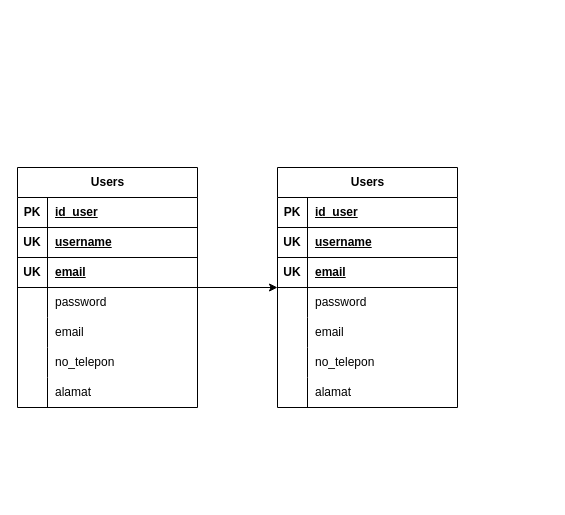
This is Diagram Tanpa Judul.drawio from Enricko/UML, a draw.io file, before an edit. Source tidied: cells renumbered, new cells numbered last; positions are measured from the earlier drawing's top-left corner, leaving out a move shared by most shapes. Both pictures are drawn from the tidied source at 100%, with x=0, y=0 at pixel (17, 167).
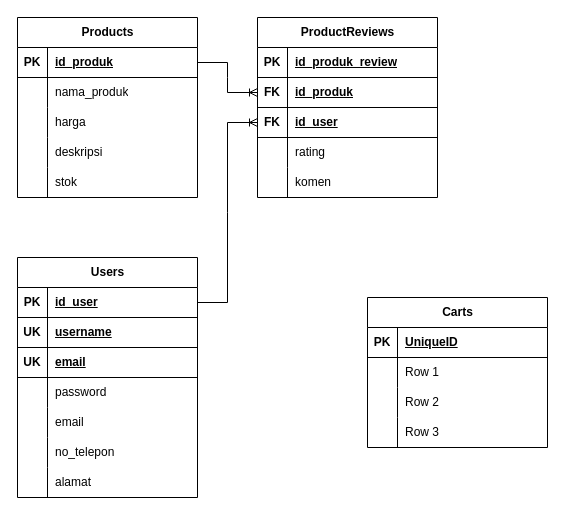
After the change.

The change refers to these unchanged cells:
```xml
<mxCell id="4" style="shape=tableRow;horizontal=0;startSize=0;swimlaneHead=0;swimlaneBody=0;fillColor=none;points=[[0,0.5],[1,0.5]];portConstraint=eastwest;top=0;left=0;right=0;bottom=1;" parent="3" vertex="1">
  <mxGeometry y="30" width="180" height="30" as="geometry" />
</mxCell>
<mxCell id="26" style="shape=tableRow;horizontal=0;startSize=0;swimlaneHead=0;swimlaneBody=0;fillColor=none;points=[[0,0.5],[1,0.5]];portConstraint=eastwest;top=0;left=0;right=0;bottom=1;" parent="25" vertex="1">
  <mxGeometry y="30" width="180" height="30" as="geometry" />
</mxCell>
```

The edit, as a diff of the source:
```diff
@@
-    <mxCell id="2" style="edgeStyle=orthogonalEdgeStyle;rounded=0;jettySize=auto;html=1;" parent="1" edge="1" source="3" target="25">
-      <mxGeometry relative="1" as="geometry" />
-    </mxCell>
     <mxCell id="3" value="Users" style="shape=table;startSize=30;childLayout=tableLayout;rowLines=0;fontStyle=1;align=center;html=1;" parent="1" vertex="1">
-      <mxGeometry width="180" height="240" as="geometry" />
+      <mxGeometry y="90" width="180" height="240" as="geometry" />
     </mxCell>
@@
-    <mxCell id="25" value="Users" style="shape=table;startSize=30;childLayout=tableLayout;rowLines=0;fontStyle=1;align=center;html=1;" parent="1" vertex="1">
-      <mxGeometry x="260" width="180" height="240" as="geometry" />
+    <mxCell id="25" value="Products" style="shape=table;startSize=30;childLayout=tableLayout;rowLines=0;fontStyle=1;align=center;html=1;" parent="1" vertex="1">
+      <mxGeometry y="-150" width="180" height="180" as="geometry" />
     </mxCell>
@@
-    <mxCell id="28" value="id_user" style="shape=partialRectangle;fillColor=none;top=0;left=0;bottom=0;right=0;align=left;spacingLeft=6;fontStyle=5;overflow=hidden;whiteSpace=wrap;html=1;" parent="26" vertex="1">
+    <mxCell id="28" value="id_produk" style="shape=partialRectangle;fillColor=none;top=0;left=0;bottom=0;right=0;align=left;spacingLeft=6;fontStyle=5;overflow=hidden;whiteSpace=wrap;html=1;" parent="26" vertex="1">
       <mxGeometry x="30" width="150" height="30" as="geometry" />
     </mxCell>
-    <mxCell id="29" style="shape=tableRow;horizontal=0;startSize=0;swimlaneHead=0;swimlaneBody=0;fillColor=none;points=[[0,0.5],[1,0.5]];portConstraint=eastwest;top=0;left=0;right=0;bottom=1;" parent="25" vertex="1">
-      <mxGeometry y="60" width="180" height="30" as="geometry" />
-    </mxCell>
-    <mxCell id="30" value="UK" style="shape=partialRectangle;fillColor=none;top=0;left=0;bottom=0;right=0;fontStyle=1;overflow=hidden;whiteSpace=wrap;html=1;" parent="29" vertex="1">
-      <mxGeometry width="30" height="30" as="geometry" />
-    </mxCell>
-    <mxCell id="31" value="username" style="shape=partialRectangle;fillColor=none;top=0;left=0;bottom=0;right=0;align=left;spacingLeft=6;fontStyle=5;overflow=hidden;whiteSpace=wrap;html=1;" parent="29" vertex="1">
-      <mxGeometry x="30" width="150" height="30" as="geometry" />
-    </mxCell>
-    <mxCell id="32" style="shape=tableRow;horizontal=0;startSize=0;swimlaneHead=0;swimlaneBody=0;fillColor=none;points=[[0,0.5],[1,0.5]];portConstraint=eastwest;top=0;left=0;right=0;bottom=1;" parent="25" vertex="1">
-      <mxGeometry y="90" width="180" height="30" as="geometry" />
-    </mxCell>
-    <mxCell id="33" value="UK" style="shape=partialRectangle;fillColor=none;top=0;left=0;bottom=0;right=0;fontStyle=1;overflow=hidden;whiteSpace=wrap;html=1;" parent="32" vertex="1">
-      <mxGeometry width="30" height="30" as="geometry" />
-    </mxCell>
-    <mxCell id="34" value="email" style="shape=partialRectangle;fillColor=none;top=0;left=0;bottom=0;right=0;align=left;spacingLeft=6;fontStyle=5;overflow=hidden;whiteSpace=wrap;html=1;" parent="32" vertex="1">
-      <mxGeometry x="30" width="150" height="30" as="geometry" />
-    </mxCell>
     <mxCell id="35" style="shape=tableRow;horizontal=0;startSize=0;swimlaneHead=0;swimlaneBody=0;fillColor=none;top=0;left=0;right=0;bottom=0;" parent="25" vertex="1">
-      <mxGeometry y="120" width="180" height="30" as="geometry" />
+      <mxGeometry y="60" width="180" height="30" as="geometry" />
     </mxCell>
@@
-    <mxCell id="37" value="password" style="shape=partialRectangle;fillColor=none;top=0;left=0;bottom=0;right=0;align=left;spacingLeft=6;overflow=hidden;whiteSpace=wrap;html=1;" parent="35" vertex="1">
+    <mxCell id="37" value="nama_produk" style="shape=partialRectangle;fillColor=none;top=0;left=0;bottom=0;right=0;align=left;spacingLeft=6;overflow=hidden;whiteSpace=wrap;html=1;" parent="35" vertex="1">
       <mxGeometry x="30" width="150" height="30" as="geometry" />
     </mxCell>
     <mxCell id="38" style="shape=tableRow;horizontal=0;startSize=0;swimlaneHead=0;swimlaneBody=0;fillColor=none;top=0;left=0;right=0;bottom=0;" parent="25" vertex="1">
-      <mxGeometry y="150" width="180" height="30" as="geometry" />
+      <mxGeometry y="90" width="180" height="30" as="geometry" />
     </mxCell>
@@
-    <mxCell id="40" value="email" style="shape=partialRectangle;fillColor=none;top=0;left=0;bottom=0;right=0;align=left;spacingLeft=6;overflow=hidden;whiteSpace=wrap;html=1;" parent="38" vertex="1">
+    <mxCell id="40" value="harga" style="shape=partialRectangle;fillColor=none;top=0;left=0;bottom=0;right=0;align=left;spacingLeft=6;overflow=hidden;whiteSpace=wrap;html=1;" parent="38" vertex="1">
       <mxGeometry x="30" width="150" height="30" as="geometry" />
     </mxCell>
     <mxCell id="41" style="shape=tableRow;horizontal=0;startSize=0;swimlaneHead=0;swimlaneBody=0;fillColor=none;top=0;left=0;right=0;bottom=0;" parent="25" vertex="1">
-      <mxGeometry y="180" width="180" height="30" as="geometry" />
+      <mxGeometry y="120" width="180" height="30" as="geometry" />
     </mxCell>
@@
-    <mxCell id="43" value="no_telepon" style="shape=partialRectangle;fillColor=none;top=0;left=0;bottom=0;right=0;align=left;spacingLeft=6;overflow=hidden;whiteSpace=wrap;html=1;" parent="41" vertex="1">
+    <mxCell id="43" value="deskripsi" style="shape=partialRectangle;fillColor=none;top=0;left=0;bottom=0;right=0;align=left;spacingLeft=6;overflow=hidden;whiteSpace=wrap;html=1;" parent="41" vertex="1">
       <mxGeometry x="30" width="150" height="30" as="geometry" />
     </mxCell>
     <mxCell id="44" style="shape=tableRow;horizontal=0;startSize=0;swimlaneHead=0;swimlaneBody=0;fillColor=none;top=0;left=0;right=0;bottom=0;" parent="25" vertex="1">
-      <mxGeometry y="210" width="180" height="30" as="geometry" />
+      <mxGeometry y="150" width="180" height="30" as="geometry" />
     </mxCell>
@@
-    <mxCell id="46" value="alamat" style="shape=partialRectangle;fillColor=none;top=0;left=0;bottom=0;right=0;align=left;spacingLeft=6;overflow=hidden;whiteSpace=wrap;html=1;" parent="44" vertex="1">
+    <mxCell id="46" value="stok" style="shape=partialRectangle;fillColor=none;top=0;left=0;bottom=0;right=0;align=left;spacingLeft=6;overflow=hidden;whiteSpace=wrap;html=1;" parent="44" vertex="1">
       <mxGeometry x="30" width="150" height="30" as="geometry" />
     </mxCell>
+    <mxCell id="47" value="ProductReviews" style="shape=table;startSize=30;childLayout=tableLayout;rowLines=0;fontStyle=1;align=center;html=1;" parent="1" vertex="1">
+      <mxGeometry x="240" y="-150" width="180" height="180" as="geometry" />
+    </mxCell>
+    <mxCell id="48" style="shape=tableRow;horizontal=0;startSize=0;swimlaneHead=0;swimlaneBody=0;fillColor=none;top=0;left=0;right=0;bottom=1;" parent="47" vertex="1">
+      <mxGeometry y="30" width="180" height="30" as="geometry" />
+    </mxCell>
+    <mxCell id="49" value="PK" style="shape=partialRectangle;fillColor=none;top=0;left=0;bottom=0;right=0;fontStyle=1;overflow=hidden;whiteSpace=wrap;html=1;" parent="48" vertex="1">
+      <mxGeometry width="30" height="30" as="geometry" />
+    </mxCell>
+    <mxCell id="50" value="id_produk_review" style="shape=partialRectangle;fillColor=none;top=0;left=0;bottom=0;right=0;align=left;spacingLeft=6;fontStyle=5;overflow=hidden;whiteSpace=wrap;html=1;" parent="48" vertex="1">
+      <mxGeometry x="30" width="150" height="30" as="geometry" />
+    </mxCell>
+    <mxCell id="29" style="shape=tableRow;horizontal=0;startSize=0;swimlaneHead=0;swimlaneBody=0;fillColor=none;points=[[0,0.5],[1,0.5]];portConstraint=eastwest;top=0;left=0;right=0;bottom=1;" parent="47" vertex="1">
+      <mxGeometry y="60" width="180" height="30" as="geometry" />
+    </mxCell>
+    <mxCell id="51" value="FK" style="shape=partialRectangle;fillColor=none;top=0;left=0;bottom=0;right=0;fontStyle=1;overflow=hidden;whiteSpace=wrap;html=1;" parent="29" vertex="1">
+      <mxGeometry width="30" height="30" as="geometry" />
+    </mxCell>
+    <mxCell id="52" value="id_produk" style="shape=partialRectangle;fillColor=none;top=0;left=0;bottom=0;right=0;align=left;spacingLeft=6;fontStyle=5;overflow=hidden;whiteSpace=wrap;html=1;" parent="29" vertex="1">
+      <mxGeometry x="30" width="150" height="30" as="geometry" />
+    </mxCell>
+    <mxCell id="32" style="shape=tableRow;horizontal=0;startSize=0;swimlaneHead=0;swimlaneBody=0;fillColor=none;points=[[0,0.5],[1,0.5]];portConstraint=eastwest;top=0;left=0;right=0;bottom=1;" parent="47" vertex="1">
+      <mxGeometry y="90" width="180" height="30" as="geometry" />
+    </mxCell>
+    <mxCell id="53" value="FK" style="shape=partialRectangle;fillColor=none;top=0;left=0;bottom=0;right=0;fontStyle=1;overflow=hidden;whiteSpace=wrap;html=1;" parent="32" vertex="1">
+      <mxGeometry width="30" height="30" as="geometry" />
+    </mxCell>
+    <mxCell id="54" value="id_user" style="shape=partialRectangle;fillColor=none;top=0;left=0;bottom=0;right=0;align=left;spacingLeft=6;fontStyle=5;overflow=hidden;whiteSpace=wrap;html=1;" parent="32" vertex="1">
+      <mxGeometry x="30" width="150" height="30" as="geometry" />
+    </mxCell>
+    <mxCell id="55" style="shape=tableRow;horizontal=0;startSize=0;swimlaneHead=0;swimlaneBody=0;fillColor=none;top=0;left=0;right=0;bottom=0;" parent="47" vertex="1">
+      <mxGeometry y="120" width="180" height="30" as="geometry" />
+    </mxCell>
+    <mxCell id="56" style="shape=partialRectangle;fillColor=none;top=0;left=0;bottom=0;right=0;overflow=hidden;whiteSpace=wrap;html=1;" parent="55" vertex="1">
+      <mxGeometry width="30" height="30" as="geometry" />
+    </mxCell>
+    <mxCell id="57" value="rating" style="shape=partialRectangle;fillColor=none;top=0;left=0;bottom=0;right=0;align=left;spacingLeft=6;overflow=hidden;whiteSpace=wrap;html=1;" parent="55" vertex="1">
+      <mxGeometry x="30" width="150" height="30" as="geometry" />
+    </mxCell>
+    <mxCell id="58" style="shape=tableRow;horizontal=0;startSize=0;swimlaneHead=0;swimlaneBody=0;fillColor=none;top=0;left=0;right=0;bottom=0;" parent="47" vertex="1">
+      <mxGeometry y="150" width="180" height="30" as="geometry" />
+    </mxCell>
+    <mxCell id="59" style="shape=partialRectangle;fillColor=none;top=0;left=0;bottom=0;right=0;overflow=hidden;whiteSpace=wrap;html=1;" parent="58" vertex="1">
+      <mxGeometry width="30" height="30" as="geometry" />
+    </mxCell>
+    <mxCell id="60" value="komen" style="shape=partialRectangle;fillColor=none;top=0;left=0;bottom=0;right=0;align=left;spacingLeft=6;overflow=hidden;whiteSpace=wrap;html=1;" parent="58" vertex="1">
+      <mxGeometry x="30" width="150" height="30" as="geometry" />
+    </mxCell>
+    <mxCell id="61" style="edgeStyle=entityRelationEdgeStyle;fontSize=12;html=1;endArrow=ERoneToMany;rounded=0;exitX=1;exitY=0.5;exitDx=0;exitDy=0;entryX=0;entryY=0.5;entryDx=0;entryDy=0;" parent="1" edge="1" source="26" target="29">
+      <mxGeometry relative="1" as="geometry" />
+    </mxCell>
+    <mxCell id="62" style="edgeStyle=entityRelationEdgeStyle;fontSize=12;html=1;endArrow=ERoneToMany;rounded=0;exitX=1;exitY=0.5;exitDx=0;exitDy=0;entryX=0;entryY=0.5;entryDx=0;entryDy=0;" parent="1" edge="1" source="4" target="32">
+      <mxGeometry relative="1" as="geometry">
+        <Array as="points">
+          <mxPoint x="320" y="270" />
+        </Array>
+      </mxGeometry>
+    </mxCell>
+    <mxCell id="63" value="Carts" style="shape=table;startSize=30;childLayout=tableLayout;rowLines=0;fontStyle=1;align=center;html=1;" parent="1" vertex="1">
+      <mxGeometry x="350" y="130" width="180" height="150" as="geometry" />
+    </mxCell>
+    <mxCell id="64" style="shape=tableRow;horizontal=0;startSize=0;swimlaneHead=0;swimlaneBody=0;fillColor=none;top=0;left=0;right=0;bottom=1;" parent="63" vertex="1">
+      <mxGeometry y="30" width="180" height="30" as="geometry" />
+    </mxCell>
+    <mxCell id="65" value="PK" style="shape=partialRectangle;fillColor=none;top=0;left=0;bottom=0;right=0;fontStyle=1;overflow=hidden;whiteSpace=wrap;html=1;" parent="64" vertex="1">
+      <mxGeometry width="30" height="30" as="geometry" />
+    </mxCell>
+    <mxCell id="66" value="UniqueID" style="shape=partialRectangle;fillColor=none;top=0;left=0;bottom=0;right=0;align=left;spacingLeft=6;fontStyle=5;overflow=hidden;whiteSpace=wrap;html=1;" parent="64" vertex="1">
+      <mxGeometry x="30" width="150" height="30" as="geometry" />
+    </mxCell>
+    <mxCell id="67" style="shape=tableRow;horizontal=0;startSize=0;swimlaneHead=0;swimlaneBody=0;fillColor=none;top=0;left=0;right=0;bottom=0;" parent="63" vertex="1">
+      <mxGeometry y="60" width="180" height="30" as="geometry" />
+    </mxCell>
+    <mxCell id="68" style="shape=partialRectangle;fillColor=none;top=0;left=0;bottom=0;right=0;overflow=hidden;whiteSpace=wrap;html=1;" parent="67" vertex="1">
+      <mxGeometry width="30" height="30" as="geometry" />
+    </mxCell>
+    <mxCell id="69" value="Row 1" style="shape=partialRectangle;fillColor=none;top=0;left=0;bottom=0;right=0;align=left;spacingLeft=6;overflow=hidden;whiteSpace=wrap;html=1;" parent="67" vertex="1">
+      <mxGeometry x="30" width="150" height="30" as="geometry" />
+    </mxCell>
+    <mxCell id="70" style="shape=tableRow;horizontal=0;startSize=0;swimlaneHead=0;swimlaneBody=0;fillColor=none;top=0;left=0;right=0;bottom=0;" parent="63" vertex="1">
+      <mxGeometry y="90" width="180" height="30" as="geometry" />
+    </mxCell>
+    <mxCell id="71" style="shape=partialRectangle;fillColor=none;top=0;left=0;bottom=0;right=0;overflow=hidden;whiteSpace=wrap;html=1;" parent="70" vertex="1">
+      <mxGeometry width="30" height="30" as="geometry" />
+    </mxCell>
+    <mxCell id="72" value="Row 2" style="shape=partialRectangle;fillColor=none;top=0;left=0;bottom=0;right=0;align=left;spacingLeft=6;overflow=hidden;whiteSpace=wrap;html=1;" parent="70" vertex="1">
+      <mxGeometry x="30" width="150" height="30" as="geometry" />
+    </mxCell>
+    <mxCell id="73" style="shape=tableRow;horizontal=0;startSize=0;swimlaneHead=0;swimlaneBody=0;fillColor=none;top=0;left=0;right=0;bottom=0;" parent="63" vertex="1">
+      <mxGeometry y="120" width="180" height="30" as="geometry" />
+    </mxCell>
+    <mxCell id="74" style="shape=partialRectangle;fillColor=none;top=0;left=0;bottom=0;right=0;overflow=hidden;whiteSpace=wrap;html=1;" parent="73" vertex="1">
+      <mxGeometry width="30" height="30" as="geometry" />
+    </mxCell>
+    <mxCell id="75" value="Row 3" style="shape=partialRectangle;fillColor=none;top=0;left=0;bottom=0;right=0;align=left;spacingLeft=6;overflow=hidden;whiteSpace=wrap;html=1;" parent="73" vertex="1">
+      <mxGeometry x="30" width="150" height="30" as="geometry" />
+    </mxCell>
```
